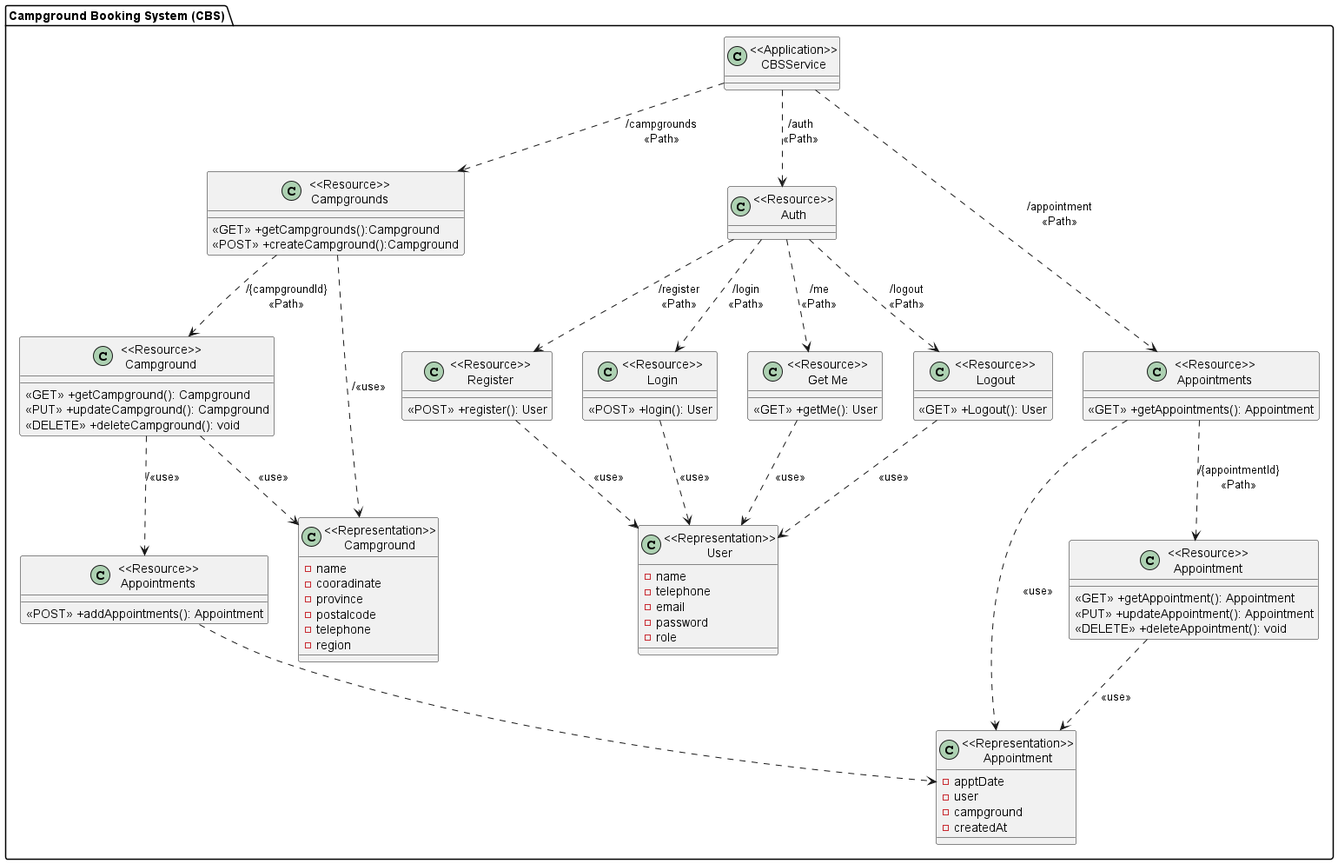
The PlantUML diagram diagram/Class diagram/Campground Booking System (CBS).png in FaiiFaiipuipui/CEDT_Y1T2_backend-campgroundbooking, before a commit.
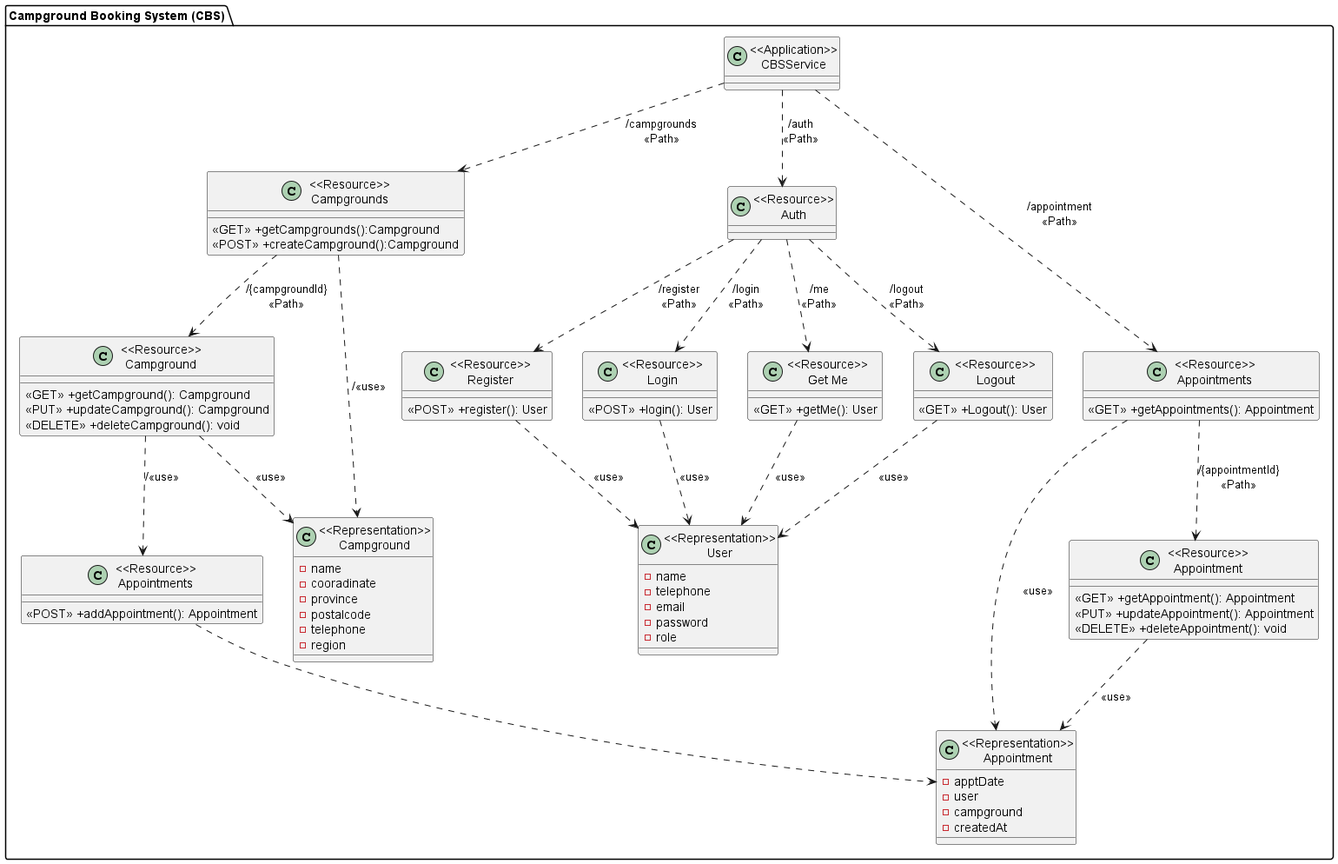
Above is the later version.

Commit message:
Modify class diagram

What changed in the source:
```diff
@@ -55,7 +55,7 @@
     }
 
     class "<<Resource>>\nAppointments" as AddResourceAppointments{
-        <<POST>> +addAppointments(): Appointment
+        <<POST>> +addAppointment(): Appointment
     }
 
     class "<<Resource>>\nAppointment" as ResourceAppointment{
```
